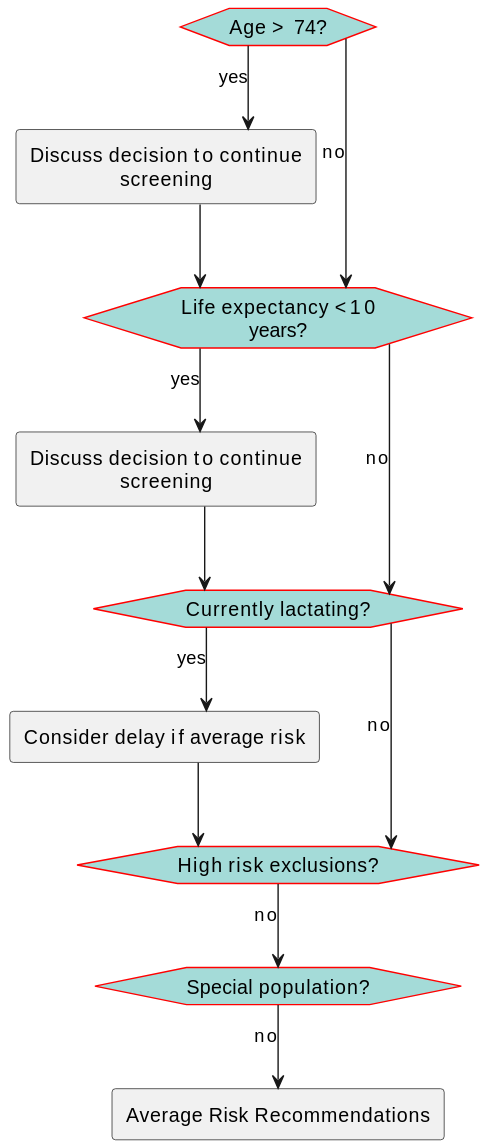
This is images/flow-DecisionToScreen.svg from ccsm-cds-tools/CDC-Breast-Cancer-Screening-CDS-L2, a PlantUML export, as it was before one commit.
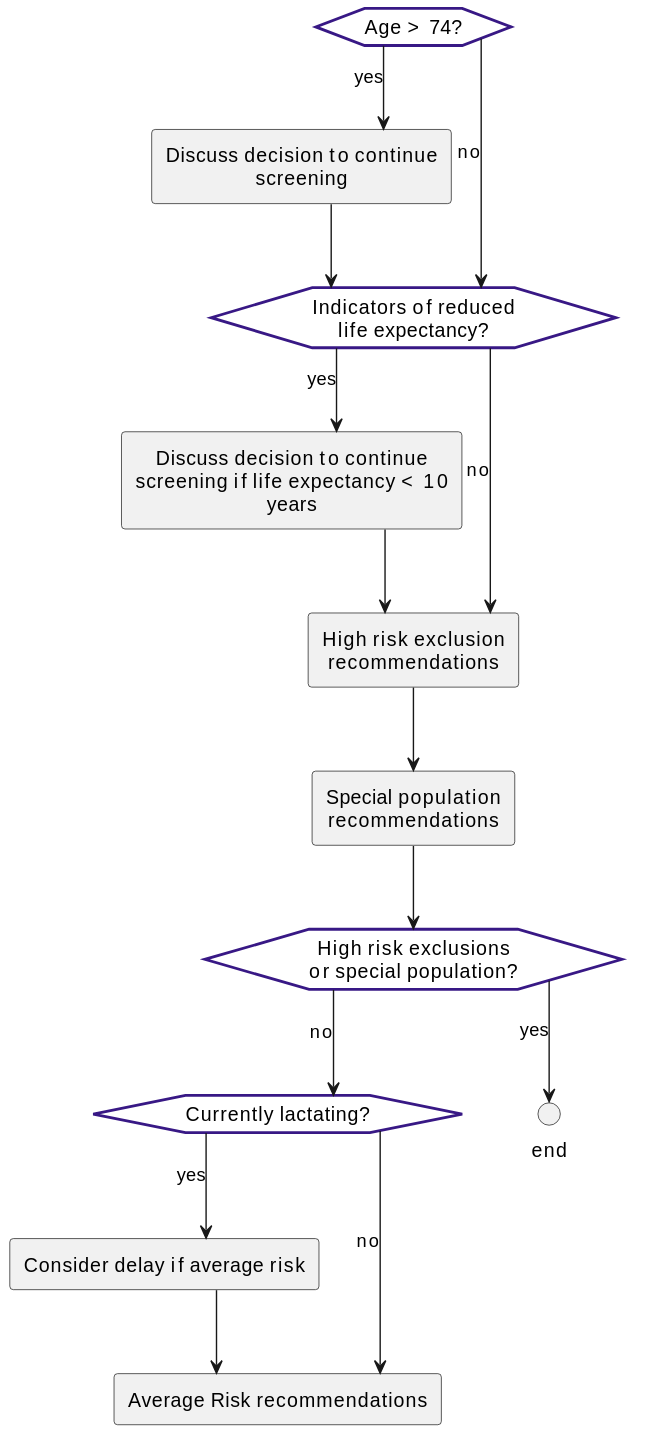
Above is the later version.

What changed in the source:
```diff
@@ -3,38 +3,39 @@
 skinparam linetype ortho
 <style>
 hexagon {
-    MaximumWidth: 150
-    BackGroundColor: A4DBD8
-    LineThickness: 1
-    LineColor: red
-    HorizontalAlignment: center
+    MaximumWidth: 150;
+    BackGroundColor: white ;
+    LineThickness: 2;
+    LineColor: #381885;
+    HorizontalAlignment: center;
 }
 rectangle {
-    MaximumWidth: 250
-    HorizontalAlignment: center
-}
-.end {
-    BackGroundColor: #A4DBD8
+    MaximumWidth: 250;
+    HorizontalAlignment: center;
 }
 </style>
 hexagon "Age > 74?" as eve_AgeOver74 [[#eve-AgeOver74]]
 rectangle "Discuss decision to continue screening" as act_sdmcontinueage [[#act-sdmcontinueage]]
-hexagon "Life expectancy <10 years?" as eve_LifeExp10 [[#eve-LifeExp10]]
-rectangle "Discuss decision to continue screening" as act_sdmcontinuelifexp [[#act-sdmcontinuelifexp]]
+hexagon "Indicators of reduced life expectancy?" as eve_LifeExp [[#eve-LifeExp]]
+rectangle "Discuss decision to continue screening if life expectancy < 10 years" as act_sdmcontinuelifexp [[#act-sdmcontinuelifexp]]
+rectangle "High risk exclusion recommendations" as act_highriskexclusions [[#act-highriskexclusions]]
+rectangle "Special population recommendations" as act_specialpop [[#act-specialpop]]
+hexagon "High risk exclusions or special population?" as eve_riskspecial [[#eve-riskspecial]]
 hexagon "Currently lactating?" as eve_lactating [[#eve-lactating]]
 rectangle "Consider delay if average risk" as act_lactating [[#act-lactating]]
-hexagon "High risk exclusions?" as eve_highriskexclusions [[#eve-highriskexclusions]]
-hexagon "Special population?" as eve_specialpop [[#eve-specialpop]]
-rectangle "Average Risk Recommendations" as act_avgrisk [[#act-avgrisk]]
+circle "end" as end_decisionrisk <<end>>
+rectangle "Average Risk recommendations" as act_avgrisk [[#act-avgrisk]]
 eve_AgeOver74-->act_sdmcontinueage: yes
-eve_AgeOver74-->eve_LifeExp10: no
-act_sdmcontinueage-->eve_LifeExp10
-eve_LifeExp10-->act_sdmcontinuelifexp: yes
-eve_LifeExp10-->eve_lactating: no
-act_sdmcontinuelifexp-->eve_lactating
+eve_AgeOver74-->eve_LifeExp: no
+act_sdmcontinueage-->eve_LifeExp
+eve_LifeExp-->act_sdmcontinuelifexp: yes
+eve_LifeExp-->act_highriskexclusions: no
+act_sdmcontinuelifexp-->act_highriskexclusions
+act_highriskexclusions-->act_specialpop
+act_specialpop-->eve_riskspecial
+eve_riskspecial-->end_decisionrisk: yes
+eve_riskspecial-->eve_lactating: no
 eve_lactating-->act_lactating: yes
-eve_lactating-->eve_highriskexclusions: no
-act_lactating-->eve_highriskexclusions
-eve_highriskexclusions-->eve_specialpop: no
-eve_specialpop-->act_avgrisk: no
+eve_lactating-->act_avgrisk: no
+act_lactating-->act_avgrisk
 @enduml
```
